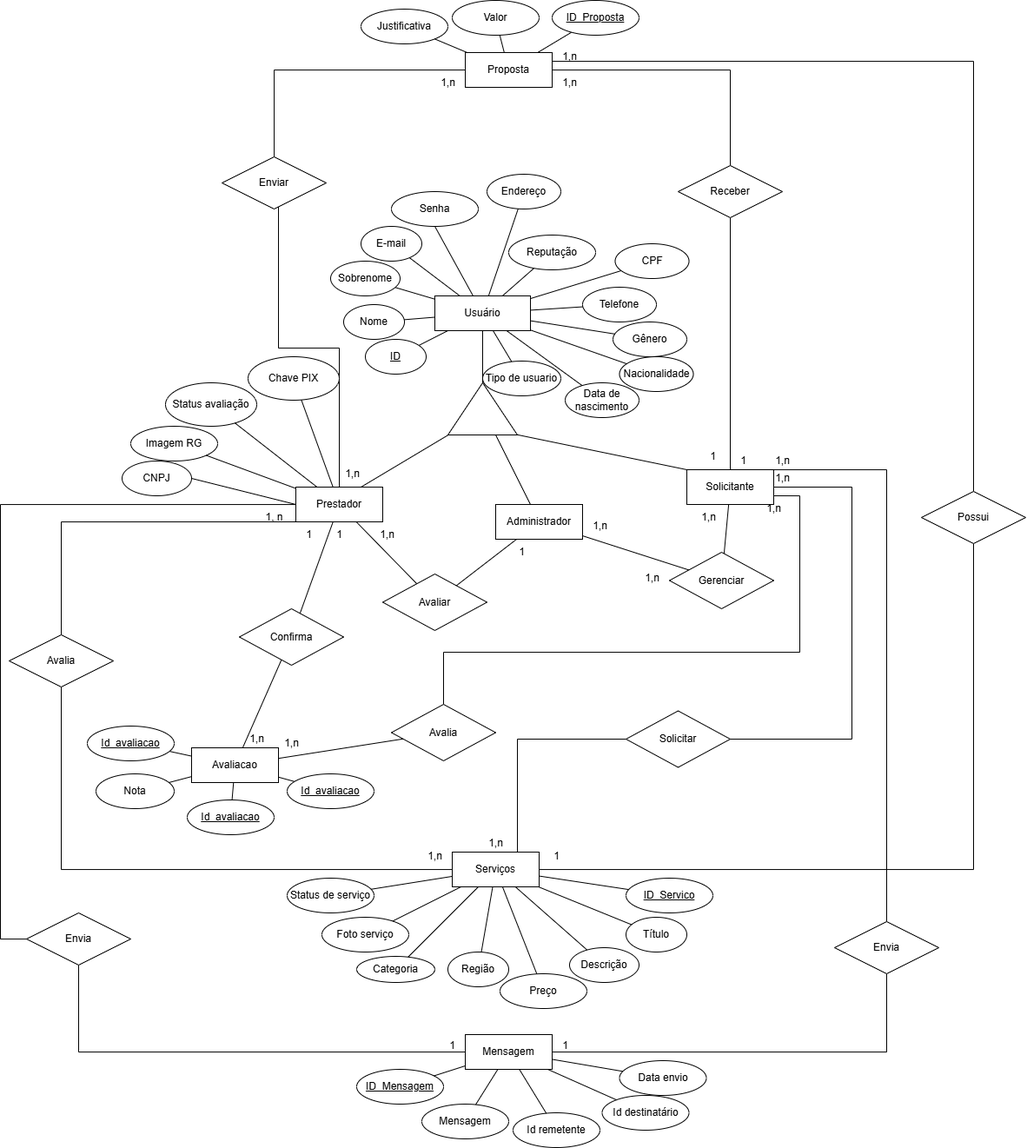
This is DOCUMENTACAO/Banco_de_dados/BD_Chamuze_Conceitual.drawio.png from ChamuZe/ChamuZe, a draw.io export, as it was before one commit. Source tidied: cells renumbered, new cells last; positions are measured from the earlier drawing's top-left corner, leaving out a move shared by most shapes.
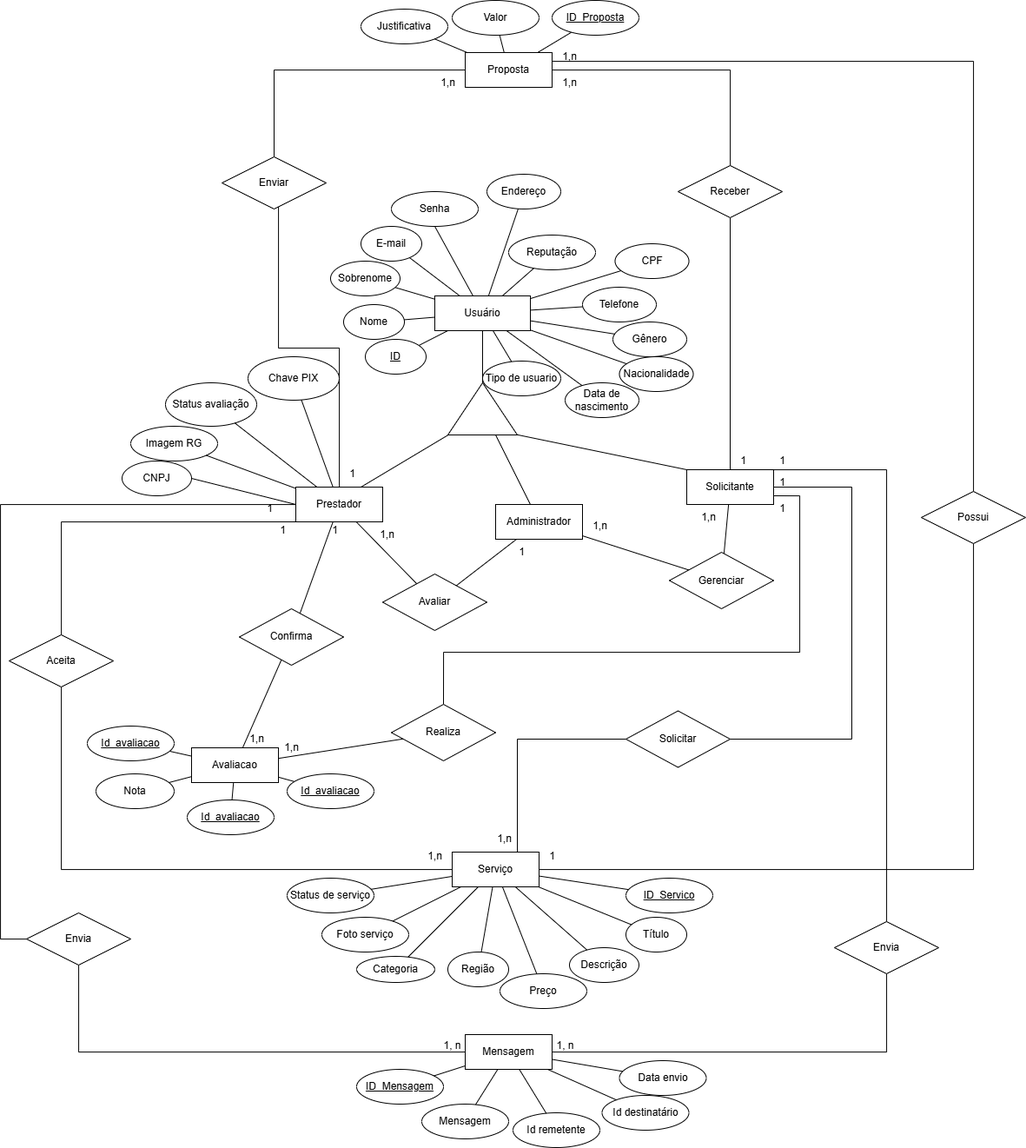
The same file after the commit.

What changed in the source:
```diff
@@ -23,7 +23,7 @@
     <mxCell id="8" style="rounded=0;jettySize=auto;html=1;endArrow=none;startFill=0;" parent="1" edge="1" source="9" target="106">
       <mxGeometry relative="1" as="geometry" />
     </mxCell>
-    <mxCell id="9" value="Serviços" style="whiteSpace=wrap;html=1;align=center;rounded=0;" parent="1" vertex="1">
+    <mxCell id="9" value="Serviço" style="whiteSpace=wrap;html=1;align=center;rounded=0;" parent="1" vertex="1">
       <mxGeometry x="520" y="980" width="100" height="40" as="geometry" />
     </mxCell>
     <mxCell id="10" value="Título" style="ellipse;whiteSpace=wrap;html=1;align=center;rounded=0;" parent="1" vertex="1">
@@ -220,7 +220,7 @@
     <mxCell id="64" style="rounded=0;jettySize=auto;html=1;endArrow=none;startFill=0;" parent="1" edge="1" source="65" target="41">
       <mxGeometry relative="1" as="geometry" />
     </mxCell>
-    <mxCell id="65" value="Avalia" style="shape=rhombus;perimeter=rhombusPerimeter;whiteSpace=wrap;html=1;align=center;" parent="1" vertex="1">
+    <mxCell id="65" value="Realiza" style="shape=rhombus;perimeter=rhombusPerimeter;whiteSpace=wrap;html=1;align=center;" parent="1" vertex="1">
       <mxGeometry x="450" y="810" width="120" height="65" as="geometry" />
     </mxCell>
     <mxCell id="66" style="rounded=0;jettySize=auto;html=1;endArrow=none;startFill=0;" parent="1" edge="1" source="67" target="32">
@@ -245,7 +245,7 @@
         </Array>
       </mxGeometry>
     </mxCell>
-    <mxCell id="72" value="Avalia" style="shape=rhombus;perimeter=rhombusPerimeter;whiteSpace=wrap;html=1;align=center;" parent="1" vertex="1">
+    <mxCell id="72" value="Aceita" style="shape=rhombus;perimeter=rhombusPerimeter;whiteSpace=wrap;html=1;align=center;" parent="1" vertex="1">
       <mxGeometry x="10" y="730" width="120" height="60" as="geometry" />
     </mxCell>
     <mxCell id="73" value="Solicitar" style="shape=rhombus;perimeter=rhombusPerimeter;whiteSpace=wrap;html=1;align=center;" parent="1" vertex="1">
@@ -255,10 +255,10 @@
       <mxGeometry x="520" width="100" height="40" as="geometry" />
     </mxCell>
     <mxCell id="75" value="1,n" style="text;html=1;align=center;verticalAlign=middle;strokeColor=none;fillColor=none;" parent="1" vertex="1">
-      <mxGeometry x="550" y="955" width="40" height="30" as="geometry" />
+      <mxGeometry x="560" y="950" width="40" height="30" as="geometry" />
     </mxCell>
-    <mxCell id="76" value="1,n" style="text;html=1;align=center;verticalAlign=middle;strokeColor=none;fillColor=none;" parent="1" vertex="1">
-      <mxGeometry x="880" y="515" width="40" height="30" as="geometry" />
+    <mxCell id="76" value="1" style="text;html=1;align=center;verticalAlign=middle;strokeColor=none;fillColor=none;" parent="1" vertex="1">
+      <mxGeometry x="885" y="515" width="30" height="30" as="geometry" />
     </mxCell>
     <mxCell id="77" value="1,n" style="text;html=1;align=center;verticalAlign=middle;strokeColor=none;fillColor=none;" parent="1" vertex="1">
       <mxGeometry x="795" y="580" width="40" height="30" as="geometry" />
@@ -272,17 +272,14 @@
     <mxCell id="80" value="1,n" style="text;html=1;align=center;verticalAlign=middle;strokeColor=none;fillColor=none;" parent="1" vertex="1">
       <mxGeometry x="425" y="600" width="40" height="30" as="geometry" />
     </mxCell>
-    <mxCell id="81" value="1,n" style="text;html=1;align=center;verticalAlign=middle;strokeColor=none;fillColor=none;" parent="1" vertex="1">
-      <mxGeometry x="730" y="650" width="40" height="30" as="geometry" />
-    </mxCell>
     <mxCell id="82" value="1" style="text;html=1;align=center;verticalAlign=middle;strokeColor=none;fillColor=none;" parent="1" vertex="1">
-      <mxGeometry x="375" y="600" width="30" height="30" as="geometry" />
+      <mxGeometry x="370" y="595" width="30" height="30" as="geometry" />
     </mxCell>
     <mxCell id="83" value="1,n" style="text;html=1;align=center;verticalAlign=middle;strokeColor=none;fillColor=none;" parent="1" vertex="1">
       <mxGeometry x="275" y="835" width="40" height="30" as="geometry" />
     </mxCell>
     <mxCell id="84" value="1" style="text;html=1;align=center;verticalAlign=middle;strokeColor=none;fillColor=none;" parent="1" vertex="1">
-      <mxGeometry x="340" y="600" width="30" height="30" as="geometry" />
+      <mxGeometry x="310" y="595" width="30" height="30" as="geometry" />
     </mxCell>
     <mxCell id="85" value="1,n" style="text;html=1;align=center;verticalAlign=middle;strokeColor=none;fillColor=none;" parent="1" vertex="1">
       <mxGeometry x="480" y="970" width="40" height="30" as="geometry" />
@@ -313,8 +310,8 @@
     <mxCell id="91" value="Receber" style="shape=rhombus;perimeter=rhombusPerimeter;whiteSpace=wrap;html=1;align=center;" parent="1" vertex="1">
       <mxGeometry x="780" y="190" width="120" height="60" as="geometry" />
     </mxCell>
-    <mxCell id="92" value="1,n" style="text;html=1;align=center;verticalAlign=middle;strokeColor=none;fillColor=none;" parent="1" vertex="1">
-      <mxGeometry x="385" y="530" width="40" height="30" as="geometry" />
+    <mxCell id="92" value="1" style="text;html=1;align=center;verticalAlign=middle;strokeColor=none;fillColor=none;" parent="1" vertex="1">
+      <mxGeometry x="390" y="530" width="30" height="30" as="geometry" />
     </mxCell>
     <mxCell id="93" value="1,n" style="text;html=1;align=center;verticalAlign=middle;strokeColor=none;fillColor=none;" parent="1" vertex="1">
       <mxGeometry x="495" y="80" width="40" height="30" as="geometry" />
@@ -322,11 +319,8 @@
     <mxCell id="94" value="1,n" style="text;html=1;align=center;verticalAlign=middle;strokeColor=none;fillColor=none;" parent="1" vertex="1">
       <mxGeometry x="635" y="80" width="40" height="30" as="geometry" />
     </mxCell>
-    <mxCell id="95" value="1" style="text;html=1;align=center;verticalAlign=middle;strokeColor=none;fillColor=none;" parent="1" vertex="1">
-      <mxGeometry x="805" y="510" width="30" height="30" as="geometry" />
-    </mxCell>
     <mxCell id="96" value="1,n" style="text;html=1;align=center;verticalAlign=middle;strokeColor=none;fillColor=none;" parent="1" vertex="1">
-      <mxGeometry x="315" y="840" width="40" height="30" as="geometry" />
+      <mxGeometry x="315" y="845" width="40" height="30" as="geometry" />
     </mxCell>
     <mxCell id="97" value="1" style="text;html=1;align=center;verticalAlign=middle;strokeColor=none;fillColor=none;" parent="1" vertex="1">
       <mxGeometry x="840" y="515" width="30" height="30" as="geometry" />
@@ -360,7 +354,7 @@
       <mxGeometry x="635" y="50" width="40" height="30" as="geometry" />
     </mxCell>
     <mxCell id="103" value="1" style="text;html=1;align=center;verticalAlign=middle;strokeColor=none;fillColor=none;" parent="1" vertex="1">
-      <mxGeometry x="625" y="970" width="30" height="30" as="geometry" />
+      <mxGeometry x="620" y="970" width="30" height="30" as="geometry" />
     </mxCell>
     <mxCell id="104" value="Chave PIX" style="ellipse;whiteSpace=wrap;html=1;align=center;rounded=0;" parent="1" vertex="1">
       <mxGeometry x="285" y="410" width="105" height="50" as="geometry" />
@@ -451,20 +445,20 @@
     <mxCell id="130" value="Envia" style="shape=rhombus;perimeter=rhombusPerimeter;whiteSpace=wrap;html=1;align=center;" parent="1" vertex="1">
       <mxGeometry x="960" y="1060" width="120" height="60" as="geometry" />
     </mxCell>
-    <mxCell id="131" value="1,n" style="text;html=1;align=center;verticalAlign=middle;strokeColor=none;fillColor=none;" parent="1" vertex="1">
-      <mxGeometry x="870" y="570" width="40" height="30" as="geometry" />
+    <mxCell id="131" value="1" style="text;html=1;align=center;verticalAlign=middle;strokeColor=none;fillColor=none;" parent="1" vertex="1">
+      <mxGeometry x="885" y="570" width="30" height="30" as="geometry" />
     </mxCell>
-    <mxCell id="132" value="1,n" style="text;html=1;align=center;verticalAlign=middle;strokeColor=none;fillColor=none;" parent="1" vertex="1">
-      <mxGeometry x="880" y="535" width="40" height="30" as="geometry" />
+    <mxCell id="132" value="1" style="text;html=1;align=center;verticalAlign=middle;strokeColor=none;fillColor=none;" parent="1" vertex="1">
+      <mxGeometry x="885" y="540" width="30" height="30" as="geometry" />
     </mxCell>
-    <mxCell id="133" value="1" style="text;html=1;align=center;verticalAlign=middle;strokeColor=none;fillColor=none;" parent="1" vertex="1">
-      <mxGeometry x="635" y="1188" width="30" height="30" as="geometry" />
+    <mxCell id="133" value="1, n" style="text;html=1;align=center;verticalAlign=middle;strokeColor=none;fillColor=none;" parent="1" vertex="1">
+      <mxGeometry x="630" y="1188" width="40" height="30" as="geometry" />
     </mxCell>
-    <mxCell id="134" value="1" style="text;html=1;align=center;verticalAlign=middle;strokeColor=none;fillColor=none;" parent="1" vertex="1">
-      <mxGeometry x="505" y="1188" width="30" height="30" as="geometry" />
+    <mxCell id="134" value="1, n" style="text;html=1;align=center;verticalAlign=middle;strokeColor=none;fillColor=none;" parent="1" vertex="1">
+      <mxGeometry x="500" y="1188" width="40" height="30" as="geometry" />
     </mxCell>
-    <mxCell id="135" value="1, n" style="text;html=1;align=center;verticalAlign=middle;strokeColor=none;fillColor=none;" parent="1" vertex="1">
-      <mxGeometry x="295" y="580" width="40" height="30" as="geometry" />
+    <mxCell id="135" value="1" style="text;html=1;align=center;verticalAlign=middle;strokeColor=none;fillColor=none;" parent="1" vertex="1">
+      <mxGeometry x="295" y="570" width="30" height="30" as="geometry" />
     </mxCell>
     <mxCell id="136" value="ID_Mensagem" style="ellipse;whiteSpace=wrap;html=1;align=center;fontStyle=4;rounded=0;" parent="1" vertex="1">
       <mxGeometry x="410" y="1230" width="100" height="40" as="geometry" />
```
